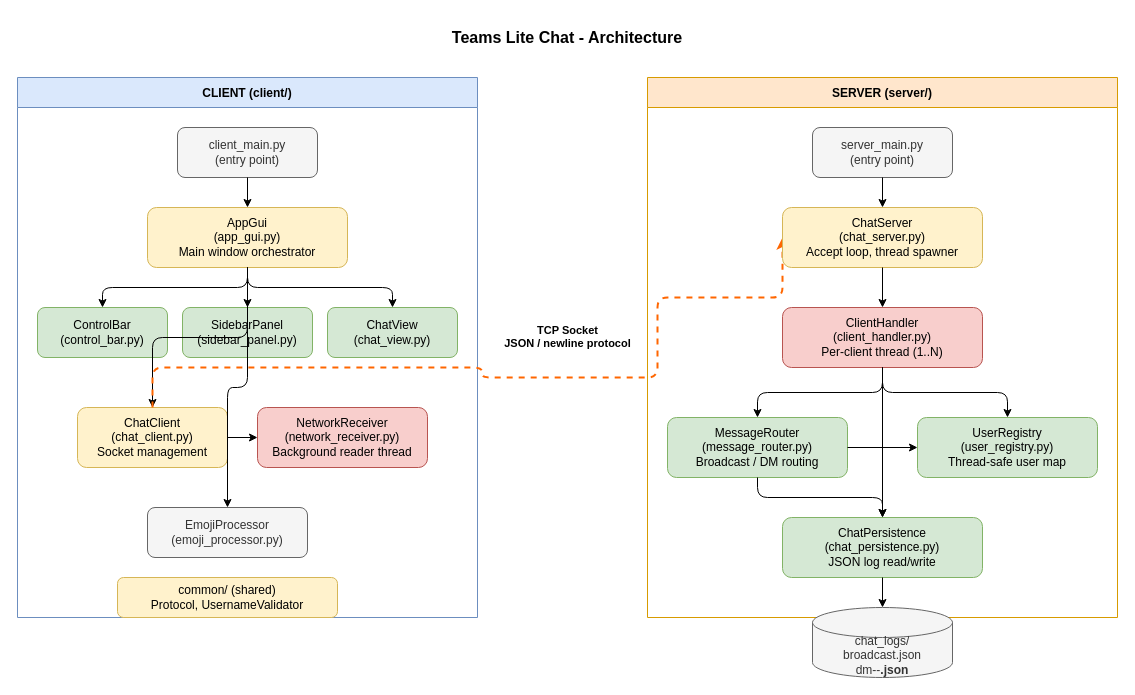
Above: chat_application/docs/architecture.drawio in pubali512/py_projects (draw.io), before the change. Source tidied: cells renumbered, new cells numbered last; positions are measured from the earlier drawing's top-left corner, leaving out a move shared by most shapes. Both pictures are drawn from the tidied source at 100%, with x=0, y=0 at pixel (17, 17).
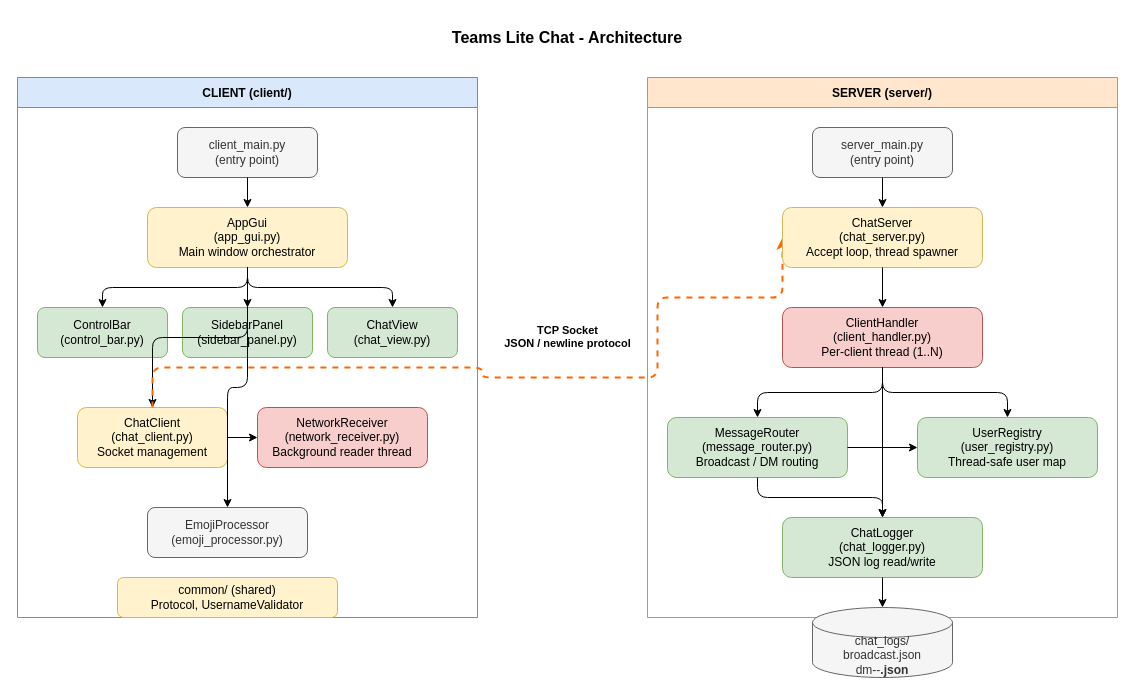
After the change.

Unchanged cells that the change refers to:
```xml
<mxCell id="22" value="SERVER (server/)" style="swimlane;startSize=30;fontStyle=1;fontSize=12;fillColor=#ffe6cc;strokeColor=#d79b00;" parent="1" vertex="1">
  <mxGeometry x="630" y="60" width="470" height="540" as="geometry" />
</mxCell>
```

Diff of the diagram source:
```diff
@@
-    <mxCell id="28" value="ChatPersistence&#10;(chat_persistence.py)&#10;JSON log read/write" style="rounded=1;whiteSpace=wrap;html=1;fillColor=#d5e8d4;strokeColor=#82b366;" parent="22" vertex="1">
+    <mxCell id="28" value="ChatLogger&#10;(chat_logger.py)&#10;JSON log read/write" style="rounded=1;whiteSpace=wrap;html=1;fillColor=#d5e8d4;strokeColor=#82b366;" parent="22" vertex="1">
       <mxGeometry x="135" y="440" width="200" height="60" as="geometry" />
     </mxCell>
```
